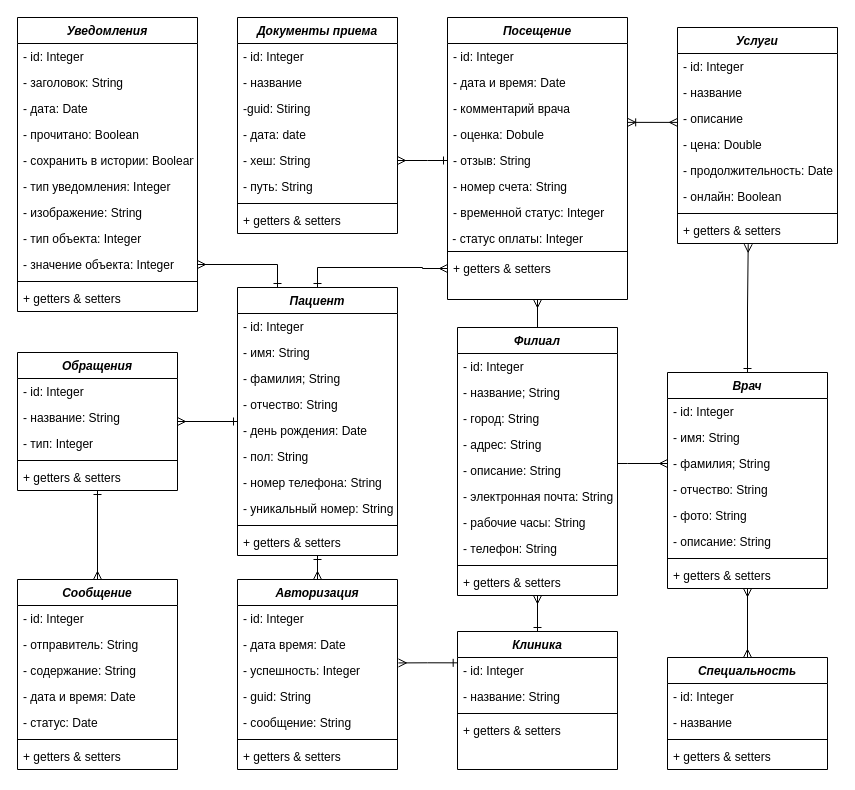
Earlier version of the draw.io diagram Диаграмма без названия.drawio (Empat1/APIstart). Source tidied: cells renumbered, new cells numbered last; positions are measured from the earlier drawing's top-left corner, leaving out a move shared by most shapes. Both pictures are drawn from the tidied source at 100%, with x=0, y=0 at pixel (17, 17).
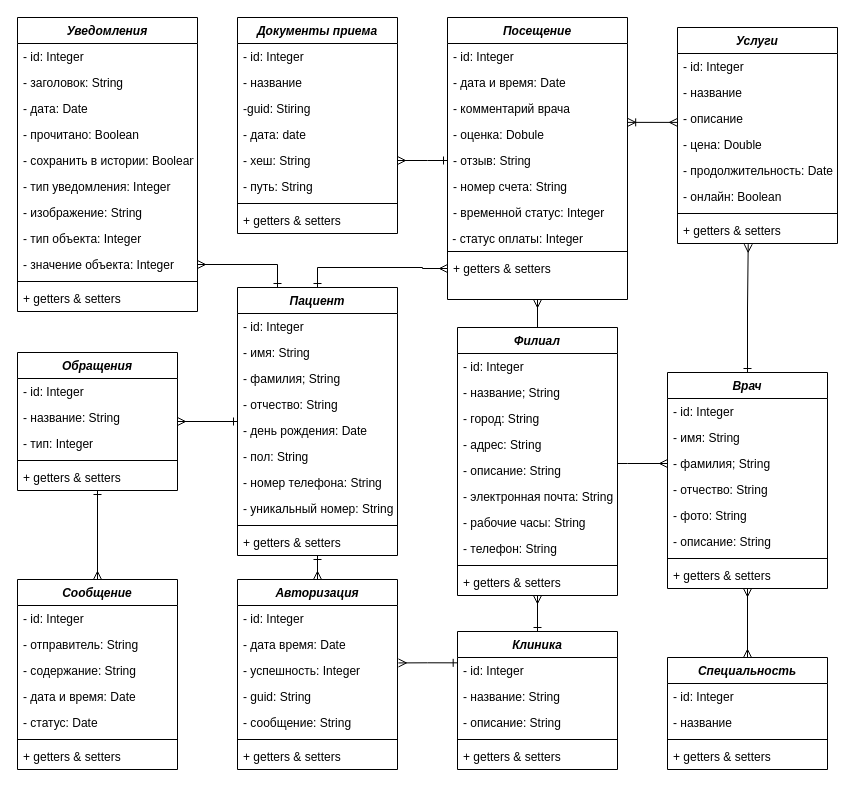
The same diagram, later.

The change refers to these unchanged cells:
```xml
<mxCell id="10" value="Клиника" style="swimlane;fontStyle=3;align=center;verticalAlign=top;horizontal=1;startSize=26;rounded=0;shadow=0;strokeWidth=1;" parent="1" vertex="1">
  <mxGeometry x="440" y="614" width="160" height="138" as="geometry" />
</mxCell>
```

The edit, as a diff of the source:
```diff
@@
+    <mxCell id="119" value="- описание: String" style="text;align=left;verticalAlign=top;spacingLeft=4;spacingRight=4;overflow=hidden;rounded=0;shadow=0;html=0;" parent="10" vertex="1">
+      <mxGeometry y="78" width="160" height="26" as="geometry" />
+    </mxCell>
     <mxCell id="13" style="line;html=1;strokeWidth=1;align=left;verticalAlign=middle;spacingTop=-1;spacingLeft=3;spacingRight=3;labelPosition=right;" parent="10" vertex="1">
-      <mxGeometry y="78" width="160" height="8" as="geometry" />
+      <mxGeometry y="104" width="160" height="8" as="geometry" />
     </mxCell>
     <mxCell id="14" value="+ getters &amp; setters" style="text;align=left;verticalAlign=top;spacingLeft=4;spacingRight=4;overflow=hidden;" parent="10" vertex="1">
-      <mxGeometry y="86" width="160" height="26" as="geometry" />
+      <mxGeometry y="112" width="160" height="26" as="geometry" />
     </mxCell>
```
